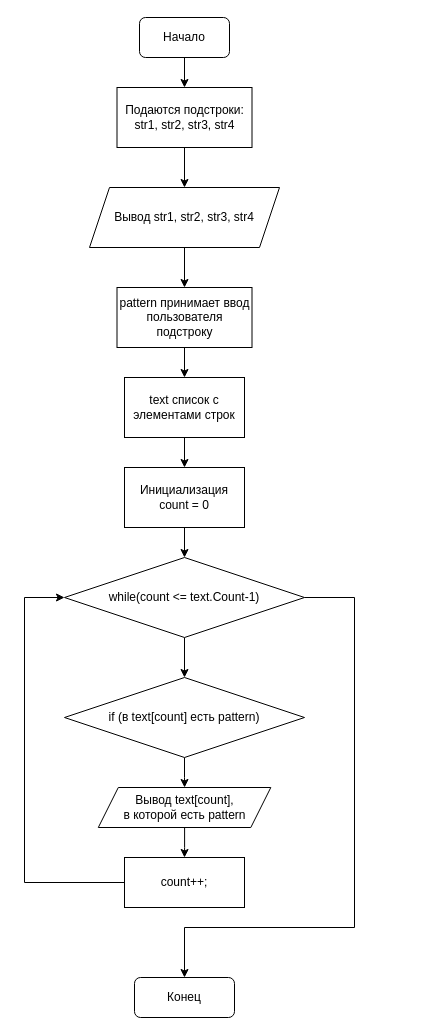
Before: page "Case 3 Подстрока" (3 of 5) of Лаба 6/6 лаба.drawio in Odzii/Csharp_labs, a draw.io diagram. Source tidied: cells renumbered, new cells numbered last; positions are measured from the earlier drawing's top-left corner, leaving out a move shared by most shapes. Both pictures are drawn from the tidied source at 100%, with x=0, y=0 at pixel (24, 17).
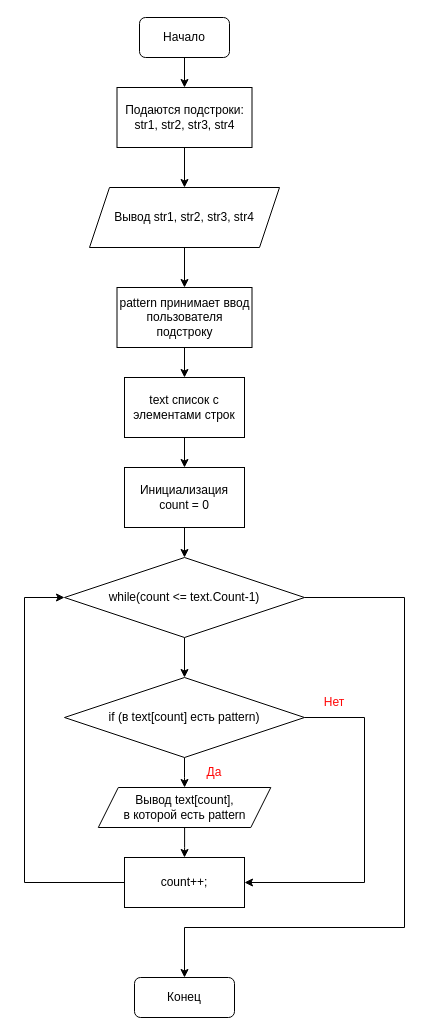
The same page after the edit.

Unchanged cells that the change refers to:
```xml
<mxCell id="14" value="while(count &amp;lt;= text.Count-1)" style="rhombus;whiteSpace=wrap;html=1;" parent="1" vertex="1">
  <mxGeometry x="40" y="540" width="240" height="80" as="geometry" />
</mxCell>
<mxCell id="18" value="if (в text[count] есть pattern)" style="rhombus;whiteSpace=wrap;html=1;" parent="1" vertex="1">
  <mxGeometry x="40" y="660" width="240" height="80" as="geometry" />
</mxCell>
<mxCell id="22" value="count++;" style="rounded=0;whiteSpace=wrap;html=1;" parent="1" vertex="1">
  <mxGeometry x="100" y="840" width="120" height="50" as="geometry" />
</mxCell>
```

Diff of the diagram source:
```diff
@@
     <mxCell id="13" style="edgeStyle=orthogonalEdgeStyle;rounded=0;jettySize=auto;html=1;" parent="1" edge="1" source="14">
       <mxGeometry relative="1" as="geometry">
         <mxPoint x="160" y="960" as="targetPoint" />
         <Array as="points">
-          <mxPoint x="330" y="580" />
-          <mxPoint x="330" y="910" />
+          <mxPoint x="380" y="580" />
+          <mxPoint x="380" y="910" />
           <mxPoint x="160" y="910" />
         </Array>
       </mxGeometry>
     </mxCell>
@@
+    <mxCell id="24" style="edgeStyle=orthogonalEdgeStyle;rounded=0;jettySize=auto;html=1;entryX=1;entryY=0.5;entryDx=0;entryDy=0;" parent="1" edge="1" source="18" target="22">
+      <mxGeometry relative="1" as="geometry">
+        <Array as="points">
+          <mxPoint x="340" y="700" />
+          <mxPoint x="340" y="865" />
+        </Array>
+      </mxGeometry>
+    </mxCell>
@@
+    <mxCell id="25" value="&lt;font style=&quot;color: rgb(255, 6, 6);&quot;&gt;Нет&lt;/font&gt;" style="text;html=1;align=center;verticalAlign=middle;whiteSpace=wrap;rounded=0;" parent="1" vertex="1">
+      <mxGeometry x="280" y="670" width="60" height="30" as="geometry" />
+    </mxCell>
+    <mxCell id="26" value="&lt;font color=&quot;#ff0606&quot;&gt;Да&lt;/font&gt;" style="text;html=1;align=center;verticalAlign=middle;whiteSpace=wrap;rounded=0;" parent="1" vertex="1">
+      <mxGeometry x="160" y="740" width="60" height="30" as="geometry" />
+    </mxCell>
```
